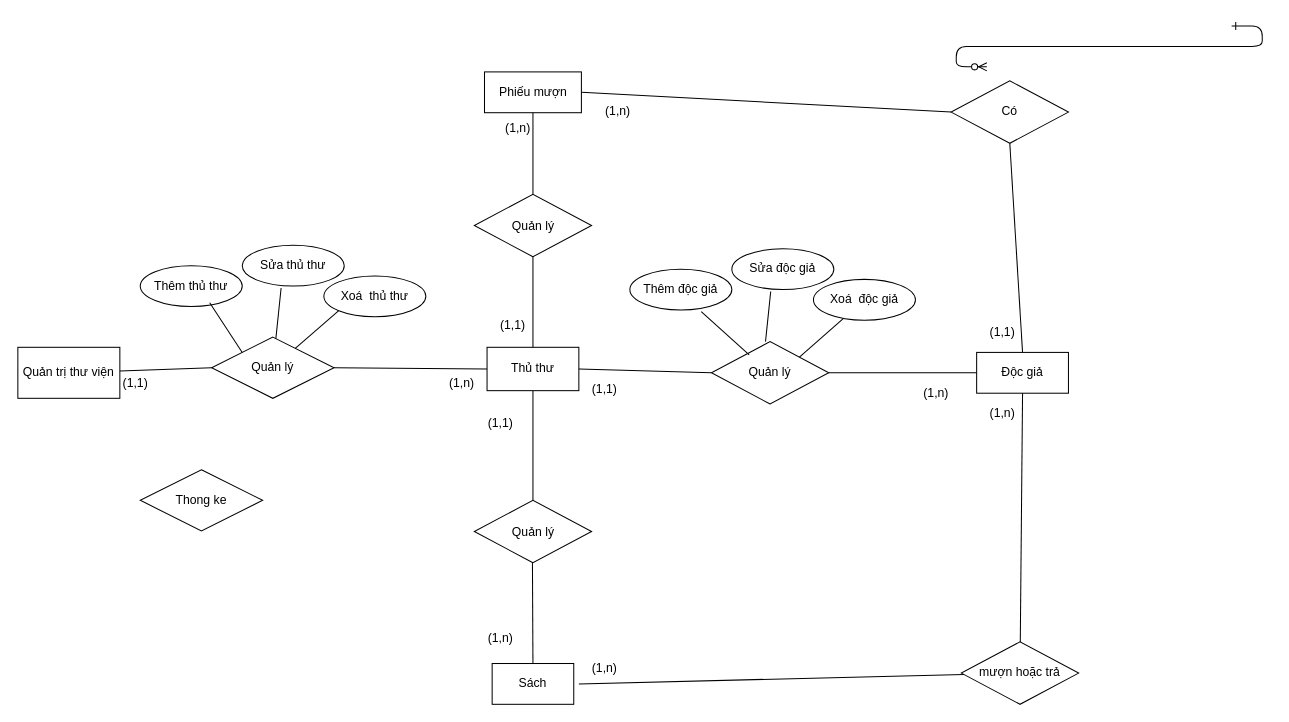
Above: ERchuavexong.drawio in BaoTaoBao/baotaobao520 (draw.io), before the change. Source tidied: cells renumbered, new cells numbered last; positions are measured from the earlier drawing's top-left corner, leaving out a move shared by most shapes. Both pictures are drawn from the tidied source at 102%, with x=0, y=0 at pixel (17, 26).
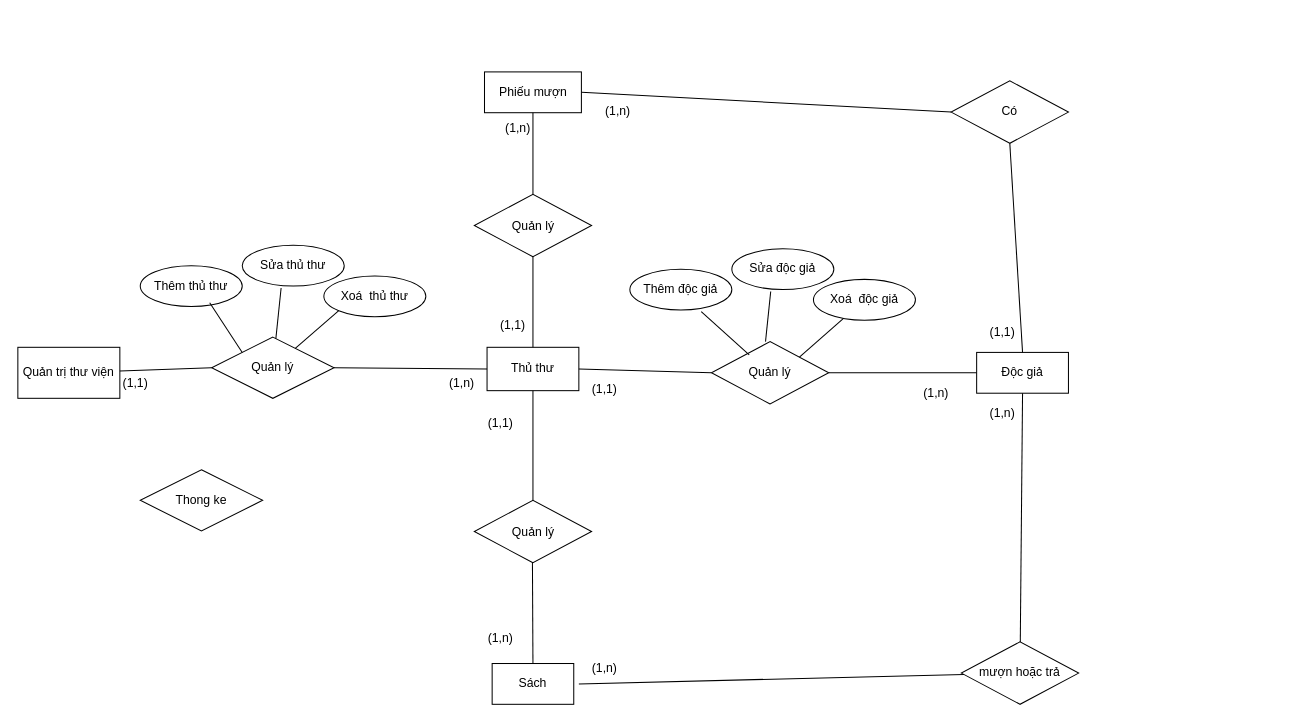
The same diagram, later.

Change to the diagram source:
```diff
@@
-    <mxCell id="2" style="edgeStyle=entityRelationEdgeStyle;endArrow=ERzeroToMany;startArrow=ERone;endFill=1;startFill=0;" parent="1" edge="1">
-      <mxGeometry relative="1" as="geometry">
-        <mxPoint x="1190" as="sourcePoint" />
-        <mxPoint x="950" y="40" as="targetPoint" />
-      </mxGeometry>
-    </mxCell>
```
